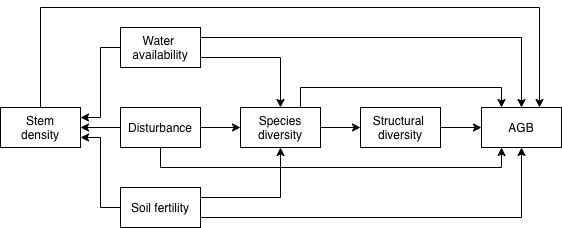
Before: manuscript/img/concept.png, a diagram exported from draw.io (johngodlee/southern_african_befr). Source tidied: cells renumbered, new cells last; positions are measured from the earlier drawing's top-left corner, leaving out a move shared by most shapes.
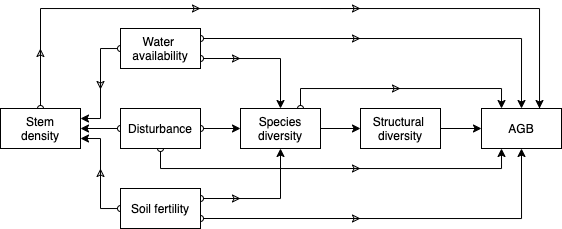
Later version of the same file.

Diff of the diagram source:
```diff
@@ -2,34 +2,39 @@
   <root>
     <mxCell id="0" />
     <mxCell id="1" parent="0" />
-    <mxCell id="2" style="edgeStyle=orthogonalEdgeStyle;rounded=0;jettySize=auto;html=1;entryX=1;entryY=0.25;entryDx=0;entryDy=0;fontStyle=0;" parent="1" edge="1" source="5" target="21">
-      <mxGeometry relative="1" as="geometry" />
+    <mxCell id="2" style="edgeStyle=orthogonalEdgeStyle;rounded=0;jettySize=auto;html=1;entryX=1;entryY=0.25;entryDx=0;entryDy=0;fontStyle=0;startArrow=oval;startFill=0;" parent="1" edge="1" source="5" target="21">
+      <mxGeometry relative="1" as="geometry">
+        <Array as="points">
+          <mxPoint x="100" y="40" />
+          <mxPoint x="100" y="110" />
+        </Array>
+      </mxGeometry>
     </mxCell>
-    <mxCell id="3" style="edgeStyle=orthogonalEdgeStyle;rounded=0;jettySize=auto;html=1;entryX=0.5;entryY=0;entryDx=0;entryDy=0;exitX=1;exitY=0.25;exitDx=0;exitDy=0;fontStyle=0;" parent="1" edge="1" source="5" target="19">
+    <mxCell id="3" style="edgeStyle=orthogonalEdgeStyle;rounded=0;jettySize=auto;html=1;entryX=0.5;entryY=0;entryDx=0;entryDy=0;exitX=1;exitY=0.25;exitDx=0;exitDy=0;fontStyle=0;startArrow=oval;startFill=0;" parent="1" edge="1" source="5" target="19">
       <mxGeometry relative="1" as="geometry" />
     </mxCell>
-    <mxCell id="4" style="edgeStyle=orthogonalEdgeStyle;rounded=0;jettySize=auto;html=1;exitX=1;exitY=0.75;exitDx=0;exitDy=0;entryX=0.5;entryY=0;entryDx=0;entryDy=0;fontStyle=0;" parent="1" edge="1" source="5" target="16">
+    <mxCell id="4" style="edgeStyle=orthogonalEdgeStyle;rounded=0;jettySize=auto;html=1;exitX=1;exitY=0.75;exitDx=0;exitDy=0;entryX=0.5;entryY=0;entryDx=0;entryDy=0;fontStyle=0;startArrow=oval;startFill=0;" parent="1" edge="1" source="5" target="16">
       <mxGeometry relative="1" as="geometry" />
     </mxCell>
     <mxCell id="5" value="Water&amp;nbsp;&lt;br&gt;availability" style="rounded=1;whiteSpace=wrap;html=1;fontSize=12;glass=0;strokeWidth=1;shadow=0;arcSize=0;align=center;fontStyle=0;" parent="1" vertex="1">
       <mxGeometry x="120" y="20" width="80" height="40" as="geometry" />
     </mxCell>
-    <mxCell id="6" style="edgeStyle=orthogonalEdgeStyle;rounded=0;jettySize=auto;html=1;entryX=0.5;entryY=1;entryDx=0;entryDy=0;exitX=1;exitY=0.75;exitDx=0;exitDy=0;fontStyle=0;" parent="1" edge="1" source="9" target="19">
+    <mxCell id="6" style="edgeStyle=orthogonalEdgeStyle;rounded=0;jettySize=auto;html=1;entryX=0.5;entryY=1;entryDx=0;entryDy=0;exitX=1;exitY=0.75;exitDx=0;exitDy=0;fontStyle=0;startArrow=oval;startFill=0;" parent="1" edge="1" source="9" target="19">
       <mxGeometry relative="1" as="geometry" />
     </mxCell>
-    <mxCell id="7" style="edgeStyle=orthogonalEdgeStyle;rounded=0;jettySize=auto;html=1;entryX=1;entryY=0.75;entryDx=0;entryDy=0;fontStyle=0;" parent="1" edge="1" source="9" target="21">
+    <mxCell id="7" style="edgeStyle=orthogonalEdgeStyle;rounded=0;jettySize=auto;html=1;entryX=1;entryY=0.75;entryDx=0;entryDy=0;fontStyle=0;startArrow=oval;startFill=0;" parent="1" edge="1" source="9" target="21">
       <mxGeometry relative="1" as="geometry" />
     </mxCell>
-    <mxCell id="8" style="edgeStyle=orthogonalEdgeStyle;rounded=0;jettySize=auto;html=1;exitX=1;exitY=0.25;exitDx=0;exitDy=0;entryX=0.5;entryY=1;entryDx=0;entryDy=0;fontStyle=0;" parent="1" edge="1" source="9" target="16">
+    <mxCell id="8" style="edgeStyle=orthogonalEdgeStyle;rounded=0;jettySize=auto;html=1;exitX=1;exitY=0.25;exitDx=0;exitDy=0;entryX=0.5;entryY=1;entryDx=0;entryDy=0;fontStyle=0;startArrow=oval;startFill=0;" parent="1" edge="1" source="9" target="16">
       <mxGeometry relative="1" as="geometry" />
     </mxCell>
     <mxCell id="9" value="Soil fertility" style="rounded=1;whiteSpace=wrap;html=1;fontSize=12;glass=0;strokeWidth=1;shadow=0;arcSize=0;align=center;fontStyle=0;" parent="1" vertex="1">
       <mxGeometry x="120" y="180" width="80" height="40" as="geometry" />
     </mxCell>
-    <mxCell id="10" style="edgeStyle=orthogonalEdgeStyle;rounded=0;jettySize=auto;html=1;fontStyle=0;" parent="1" edge="1" source="13" target="16">
+    <mxCell id="10" style="edgeStyle=orthogonalEdgeStyle;rounded=0;jettySize=auto;html=1;fontStyle=0;startArrow=oval;startFill=0;" parent="1" edge="1" source="13" target="16">
       <mxGeometry relative="1" as="geometry" />
     </mxCell>
-    <mxCell id="11" style="edgeStyle=orthogonalEdgeStyle;rounded=0;jettySize=auto;html=1;entryX=0.25;entryY=1;entryDx=0;entryDy=0;fontStyle=0;" parent="1" edge="1" source="13" target="19">
+    <mxCell id="11" style="edgeStyle=orthogonalEdgeStyle;rounded=0;jettySize=auto;html=1;entryX=0.25;entryY=1;entryDx=0;entryDy=0;fontStyle=0;startArrow=oval;startFill=0;" parent="1" edge="1" source="13" target="19">
       <mxGeometry relative="1" as="geometry">
         <Array as="points">
           <mxPoint x="160" y="160" />
@@ -37,7 +42,7 @@
         </Array>
       </mxGeometry>
     </mxCell>
-    <mxCell id="12" style="edgeStyle=orthogonalEdgeStyle;rounded=0;jettySize=auto;html=1;fontStyle=0;" parent="1" edge="1" source="13" target="21">
+    <mxCell id="12" style="edgeStyle=orthogonalEdgeStyle;rounded=0;jettySize=auto;html=1;fontStyle=0;startArrow=oval;startFill=0;" parent="1" edge="1" source="13" target="21">
       <mxGeometry relative="1" as="geometry" />
     </mxCell>
     <mxCell id="13" value="Disturbance" style="rounded=1;whiteSpace=wrap;html=1;fontSize=12;glass=0;strokeWidth=1;shadow=0;arcSize=0;align=center;fontStyle=0;" parent="1" vertex="1">
@@ -46,7 +51,7 @@
     <mxCell id="14" style="edgeStyle=orthogonalEdgeStyle;rounded=0;jettySize=auto;html=1;fontStyle=0;" parent="1" edge="1" source="16" target="18">
       <mxGeometry relative="1" as="geometry" />
     </mxCell>
-    <mxCell id="15" style="edgeStyle=orthogonalEdgeStyle;rounded=0;jettySize=auto;html=1;exitX=0.75;exitY=0;exitDx=0;exitDy=0;entryX=0.25;entryY=0;entryDx=0;entryDy=0;" parent="1" edge="1" source="16" target="19">
+    <mxCell id="15" style="edgeStyle=orthogonalEdgeStyle;rounded=0;jettySize=auto;html=1;exitX=0.75;exitY=0;exitDx=0;exitDy=0;entryX=0.25;entryY=0;entryDx=0;entryDy=0;startArrow=oval;startFill=0;" parent="1" edge="1" source="16" target="19">
       <mxGeometry relative="1" as="geometry">
         <Array as="points">
           <mxPoint x="300" y="80" />
@@ -66,7 +71,7 @@
     <mxCell id="19" value="AGB" style="rounded=1;whiteSpace=wrap;html=1;fontSize=12;glass=0;strokeWidth=1;shadow=0;arcSize=0;align=center;fontStyle=0;" parent="1" vertex="1">
       <mxGeometry x="481" y="100" width="80" height="40" as="geometry" />
     </mxCell>
-    <mxCell id="20" style="edgeStyle=orthogonalEdgeStyle;rounded=0;jettySize=auto;html=1;fontStyle=0;" parent="1" edge="1" source="21">
+    <mxCell id="20" style="edgeStyle=orthogonalEdgeStyle;rounded=0;jettySize=auto;html=1;fontStyle=0;startArrow=oval;startFill=0;" parent="1" edge="1" source="21">
       <mxGeometry relative="1" as="geometry">
         <mxPoint x="539" y="100" as="targetPoint" />
         <Array as="points">
@@ -79,5 +84,75 @@
     <mxCell id="21" value="Stem&lt;br&gt;density" style="rounded=1;whiteSpace=wrap;html=1;fontSize=12;glass=0;strokeWidth=1;shadow=0;arcSize=0;align=center;fontStyle=0;" parent="1" vertex="1">
       <mxGeometry y="100" width="80" height="40" as="geometry" />
     </mxCell>
+    <mxCell id="22" style="edgeStyle=orthogonalEdgeStyle;rounded=0;orthogonalLoop=1;jettySize=auto;html=1;exitX=1;exitY=0.25;exitDx=0;exitDy=0;fontStyle=0;endArrow=classic;endFill=0;" parent="1" edge="1">
+      <mxGeometry relative="1" as="geometry">
+        <mxPoint x="160" as="sourcePoint" />
+        <mxPoint x="200" as="targetPoint" />
+      </mxGeometry>
+    </mxCell>
+    <mxCell id="23" style="edgeStyle=orthogonalEdgeStyle;rounded=0;orthogonalLoop=1;jettySize=auto;html=1;exitX=1;exitY=0.25;exitDx=0;exitDy=0;fontStyle=0;endArrow=classic;endFill=0;" parent="1" edge="1">
+      <mxGeometry relative="1" as="geometry">
+        <mxPoint x="320" as="sourcePoint" />
+        <mxPoint x="360" as="targetPoint" />
+        <Array as="points">
+          <mxPoint x="340" />
+          <mxPoint x="340" />
+        </Array>
+      </mxGeometry>
+    </mxCell>
+    <mxCell id="24" style="edgeStyle=orthogonalEdgeStyle;rounded=0;orthogonalLoop=1;jettySize=auto;html=1;exitX=1;exitY=0.25;exitDx=0;exitDy=0;fontStyle=0;endArrow=classic;endFill=0;" parent="1" edge="1">
+      <mxGeometry relative="1" as="geometry">
+        <mxPoint x="320" y="30" as="sourcePoint" />
+        <mxPoint x="360" y="30" as="targetPoint" />
+      </mxGeometry>
+    </mxCell>
+    <mxCell id="25" style="edgeStyle=orthogonalEdgeStyle;rounded=0;orthogonalLoop=1;jettySize=auto;html=1;exitX=1;exitY=0.25;exitDx=0;exitDy=0;fontStyle=0;endArrow=classic;endFill=0;" parent="1" edge="1">
+      <mxGeometry relative="1" as="geometry">
+        <mxPoint x="360" y="80" as="sourcePoint" />
+        <mxPoint x="400" y="80" as="targetPoint" />
+      </mxGeometry>
+    </mxCell>
+    <mxCell id="26" style="edgeStyle=orthogonalEdgeStyle;rounded=0;orthogonalLoop=1;jettySize=auto;html=1;exitX=1;exitY=0.25;exitDx=0;exitDy=0;fontStyle=0;endArrow=classic;endFill=0;" parent="1" edge="1">
+      <mxGeometry relative="1" as="geometry">
+        <mxPoint x="320" y="210" as="sourcePoint" />
+        <mxPoint x="360" y="210" as="targetPoint" />
+      </mxGeometry>
+    </mxCell>
+    <mxCell id="27" style="edgeStyle=orthogonalEdgeStyle;rounded=0;orthogonalLoop=1;jettySize=auto;html=1;exitX=1;exitY=0.25;exitDx=0;exitDy=0;fontStyle=0;endArrow=classic;endFill=0;" parent="1" edge="1">
+      <mxGeometry relative="1" as="geometry">
+        <mxPoint x="320" y="160" as="sourcePoint" />
+        <mxPoint x="360" y="160" as="targetPoint" />
+      </mxGeometry>
+    </mxCell>
+    <mxCell id="28" style="edgeStyle=orthogonalEdgeStyle;rounded=0;orthogonalLoop=1;jettySize=auto;html=1;fontStyle=0;endArrow=classic;endFill=0;" parent="1" edge="1">
+      <mxGeometry relative="1" as="geometry">
+        <mxPoint x="209" y="50" as="sourcePoint" />
+        <mxPoint x="240" y="50" as="targetPoint" />
+      </mxGeometry>
+    </mxCell>
+    <mxCell id="29" style="edgeStyle=orthogonalEdgeStyle;rounded=0;orthogonalLoop=1;jettySize=auto;html=1;fontStyle=0;endArrow=classic;endFill=0;" parent="1" edge="1">
+      <mxGeometry relative="1" as="geometry">
+        <mxPoint x="100" y="79" as="sourcePoint" />
+        <mxPoint x="100" y="81" as="targetPoint" />
+      </mxGeometry>
+    </mxCell>
+    <mxCell id="30" style="edgeStyle=orthogonalEdgeStyle;rounded=0;orthogonalLoop=1;jettySize=auto;html=1;fontStyle=0;endArrow=classic;endFill=0;" parent="1" edge="1">
+      <mxGeometry relative="1" as="geometry">
+        <mxPoint x="39.9" y="42" as="sourcePoint" />
+        <mxPoint x="39.9" y="40" as="targetPoint" />
+      </mxGeometry>
+    </mxCell>
+    <mxCell id="31" style="edgeStyle=orthogonalEdgeStyle;rounded=0;orthogonalLoop=1;jettySize=auto;html=1;fontStyle=0;endArrow=classic;endFill=0;" parent="1" edge="1">
+      <mxGeometry relative="1" as="geometry">
+        <mxPoint x="100" y="162" as="sourcePoint" />
+        <mxPoint x="100" y="160" as="targetPoint" />
+      </mxGeometry>
+    </mxCell>
+    <mxCell id="32" style="edgeStyle=orthogonalEdgeStyle;rounded=0;orthogonalLoop=1;jettySize=auto;html=1;fontStyle=0;endArrow=classic;endFill=0;" parent="1" edge="1">
+      <mxGeometry relative="1" as="geometry">
+        <mxPoint x="209" y="190" as="sourcePoint" />
+        <mxPoint x="240" y="190" as="targetPoint" />
+      </mxGeometry>
+    </mxCell>
   </root>
 </mxGraphModel>
```
